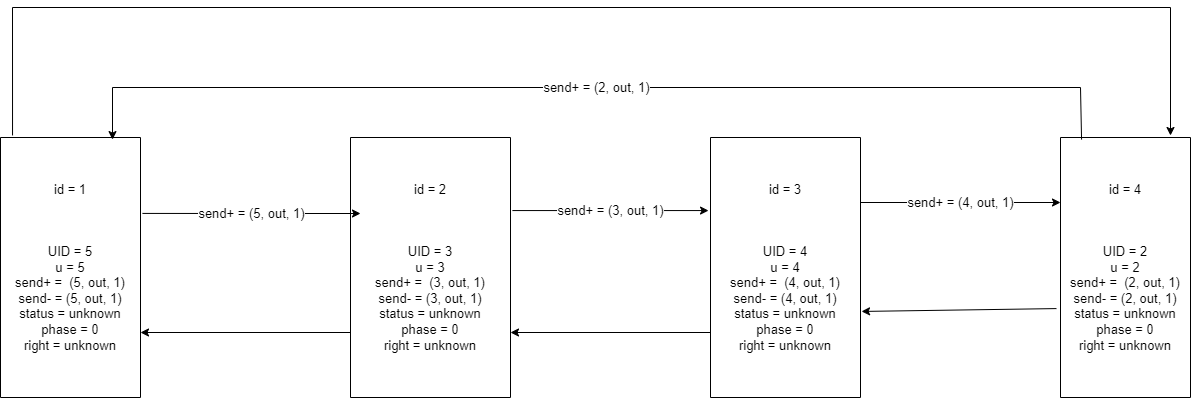
The draw.io diagram tods-1.drawio.png in h1tlan/tods_first_exercise, before a commit. Source tidied: cells renumbered, new cells last; positions are measured from the earlier drawing's top-left corner, leaving out a move shared by most shapes. Source of this version:
```xml
<mxGraphModel>
  <root>
    <mxCell id="0" />
    <mxCell id="1" parent="0" />
    <mxCell id="2" value="id = 1&lt;br&gt;&lt;br&gt;&lt;br&gt;&lt;br&gt;UID = 5&lt;br&gt;u = 5&lt;br&gt;send+ =&amp;nbsp; (5, out, 1)&lt;br&gt;send- = (5, out, 1)&lt;br&gt;status = unknown&lt;br&gt;phase = 0&lt;br&gt;right = unknown" style="rounded=0;whiteSpace=wrap;html=1;fontSize=13;direction=south;" parent="1" vertex="1">
      <mxGeometry y="130" width="140" height="260" as="geometry" />
    </mxCell>
    <mxCell id="3" value="id = 2&lt;br&gt;&lt;br&gt;&lt;br&gt;&lt;br&gt;UID = 3&lt;br&gt;u = 3&lt;br&gt;send+ =&amp;nbsp; (3, out, 1)&lt;br&gt;send- = (3, out, 1)&lt;br&gt;status = unknown&lt;br&gt;phase = 0&lt;br&gt;right = unknown" style="rounded=0;whiteSpace=wrap;html=1;fontSize=13;direction=south;" parent="1" vertex="1">
      <mxGeometry x="350" y="130" width="160" height="260" as="geometry" />
    </mxCell>
    <mxCell id="4" value="id = 3&lt;br&gt;&lt;br&gt;&lt;br&gt;&lt;br&gt;UID = 4&lt;br&gt;u = 4&lt;br&gt;send+ =&amp;nbsp; (4, out, 1)&lt;br&gt;send- = (4, out, 1)&lt;br&gt;status = unknown&lt;br&gt;phase = 0&lt;br&gt;right = unknown" style="rounded=0;whiteSpace=wrap;html=1;fontSize=13;direction=south;" parent="1" vertex="1">
      <mxGeometry x="710" y="130" width="150" height="260" as="geometry" />
    </mxCell>
    <mxCell id="5" value="id = 4&lt;br&gt;&lt;br&gt;&lt;br&gt;&lt;br&gt;UID = 2&lt;br&gt;u = 2&lt;br&gt;send+ =&amp;nbsp; (2, out, 1)&lt;br&gt;send- = (2, out, 1)&lt;br&gt;status = unknown&lt;br&gt;phase = 0&lt;br&gt;right = unknown" style="rounded=0;whiteSpace=wrap;html=1;fontSize=13;direction=south;" parent="1" vertex="1">
      <mxGeometry x="1060" y="130" width="130" height="260" as="geometry" />
    </mxCell>
    <mxCell id="6" value="send+ = (5, out, 1)" style="endArrow=classic;html=1;rounded=0;fontSize=13;exitX=0.292;exitY=-0.014;exitDx=0;exitDy=0;exitPerimeter=0;" parent="1" edge="1" source="2">
      <mxGeometry relative="1" as="geometry">
        <mxPoint x="360" y="206" as="targetPoint" />
        <Array as="points">
          <mxPoint x="250" y="206" />
        </Array>
      </mxGeometry>
    </mxCell>
    <mxCell id="7" style="endArrow=classic;html=1;rounded=0;fontSize=13;entryX=0.75;entryY=0;entryDx=0;entryDy=0;" parent="1" edge="1" target="2">
      <mxGeometry relative="1" as="geometry">
        <mxPoint x="350" y="325" as="sourcePoint" />
      </mxGeometry>
    </mxCell>
    <mxCell id="8" style="endArrow=classic;html=1;rounded=0;fontSize=13;exitX=-0.008;exitY=0.914;exitDx=0;exitDy=0;exitPerimeter=0;" parent="1" edge="1" source="2">
      <mxGeometry relative="1" as="geometry">
        <mxPoint x="1170" y="128" as="targetPoint" />
        <Array as="points">
          <mxPoint x="12" />
          <mxPoint x="1170" />
        </Array>
      </mxGeometry>
    </mxCell>
    <mxCell id="9" value="send+ = (2, out, 1)" style="endArrow=classic;html=1;rounded=0;fontSize=13;entryX=0.008;entryY=0.2;entryDx=0;entryDy=0;entryPerimeter=0;exitX=0.008;exitY=0.838;exitDx=0;exitDy=0;exitPerimeter=0;" parent="1" edge="1" source="5" target="2">
      <mxGeometry relative="1" as="geometry">
        <Array as="points">
          <mxPoint x="1080" y="80" />
          <mxPoint x="112" y="80" />
        </Array>
      </mxGeometry>
    </mxCell>
    <mxCell id="10" value="send+ = (3, out, 1)" style="endArrow=classic;html=1;rounded=0;fontSize=13;exitX=0.281;exitY=-0.012;exitDx=0;exitDy=0;exitPerimeter=0;entryX=0.281;entryY=1.013;entryDx=0;entryDy=0;entryPerimeter=0;" parent="1" edge="1" source="3" target="4">
      <mxGeometry relative="1" as="geometry" />
    </mxCell>
    <mxCell id="11" style="endArrow=classic;html=1;rounded=0;fontSize=13;exitX=0.75;exitY=1;exitDx=0;exitDy=0;entryX=0.75;entryY=0;entryDx=0;entryDy=0;" parent="1" edge="1" source="4" target="3">
      <mxGeometry relative="1" as="geometry" />
    </mxCell>
    <mxCell id="12" value="send+ = (4, out, 1)" style="endArrow=classic;html=1;rounded=0;fontSize=13;exitX=0.25;exitY=0;exitDx=0;exitDy=0;entryX=0.25;entryY=1;entryDx=0;entryDy=0;" parent="1" edge="1" source="4" target="5">
      <mxGeometry relative="1" as="geometry" />
    </mxCell>
    <mxCell id="13" style="endArrow=classic;html=1;rounded=0;fontSize=13;entryX=0.669;entryY=-0.007;entryDx=0;entryDy=0;entryPerimeter=0;exitX=0.658;exitY=1.031;exitDx=0;exitDy=0;exitPerimeter=0;" parent="1" edge="1" source="5" target="4">
      <mxGeometry relative="1" as="geometry" />
    </mxCell>
  </root>
</mxGraphModel>
```
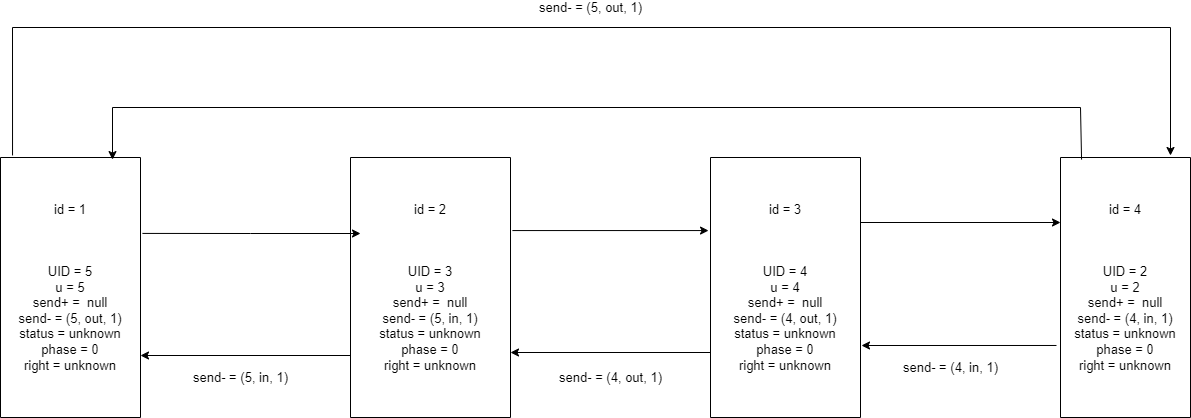
The same file after the commit.

Diff of the diagram source:
```diff
@@ -2,33 +2,34 @@
   <root>
     <mxCell id="0" />
     <mxCell id="1" parent="0" />
-    <mxCell id="2" value="id = 1&lt;br&gt;&lt;br&gt;&lt;br&gt;&lt;br&gt;UID = 5&lt;br&gt;u = 5&lt;br&gt;send+ =&amp;nbsp; (5, out, 1)&lt;br&gt;send- = (5, out, 1)&lt;br&gt;status = unknown&lt;br&gt;phase = 0&lt;br&gt;right = unknown" style="rounded=0;whiteSpace=wrap;html=1;fontSize=13;direction=south;" parent="1" vertex="1">
+    <mxCell id="2" value="id = 1&lt;br&gt;&lt;br&gt;&lt;br&gt;&lt;br&gt;UID = 5&lt;br&gt;u = 5&lt;br&gt;send+ =&amp;nbsp; null&lt;br&gt;send- = (5, out, 1)&lt;br&gt;status = unknown&lt;br&gt;phase = 0&lt;br&gt;right = unknown" style="rounded=0;whiteSpace=wrap;html=1;fontSize=13;direction=south;" parent="1" vertex="1">
       <mxGeometry y="130" width="140" height="260" as="geometry" />
     </mxCell>
-    <mxCell id="3" value="id = 2&lt;br&gt;&lt;br&gt;&lt;br&gt;&lt;br&gt;UID = 3&lt;br&gt;u = 3&lt;br&gt;send+ =&amp;nbsp; (3, out, 1)&lt;br&gt;send- = (3, out, 1)&lt;br&gt;status = unknown&lt;br&gt;phase = 0&lt;br&gt;right = unknown" style="rounded=0;whiteSpace=wrap;html=1;fontSize=13;direction=south;" parent="1" vertex="1">
+    <mxCell id="3" value="id = 2&lt;br&gt;&lt;br&gt;&lt;br&gt;&lt;br&gt;UID = 3&lt;br&gt;u = 3&lt;br&gt;send+ =&amp;nbsp; null&lt;br&gt;send- = (5, in, 1)&lt;br&gt;status = unknown&lt;br&gt;phase = 0&lt;br&gt;right = unknown" style="rounded=0;whiteSpace=wrap;html=1;fontSize=13;direction=south;" parent="1" vertex="1">
       <mxGeometry x="350" y="130" width="160" height="260" as="geometry" />
     </mxCell>
-    <mxCell id="4" value="id = 3&lt;br&gt;&lt;br&gt;&lt;br&gt;&lt;br&gt;UID = 4&lt;br&gt;u = 4&lt;br&gt;send+ =&amp;nbsp; (4, out, 1)&lt;br&gt;send- = (4, out, 1)&lt;br&gt;status = unknown&lt;br&gt;phase = 0&lt;br&gt;right = unknown" style="rounded=0;whiteSpace=wrap;html=1;fontSize=13;direction=south;" parent="1" vertex="1">
+    <mxCell id="4" value="id = 3&lt;br&gt;&lt;br&gt;&lt;br&gt;&lt;br&gt;UID = 4&lt;br&gt;u = 4&lt;br&gt;send+ =&amp;nbsp; null&lt;br&gt;send- = (4, out, 1)&lt;br&gt;status = unknown&lt;br&gt;phase = 0&lt;br&gt;right = unknown" style="rounded=0;whiteSpace=wrap;html=1;fontSize=13;direction=south;" parent="1" vertex="1">
       <mxGeometry x="710" y="130" width="150" height="260" as="geometry" />
     </mxCell>
-    <mxCell id="5" value="id = 4&lt;br&gt;&lt;br&gt;&lt;br&gt;&lt;br&gt;UID = 2&lt;br&gt;u = 2&lt;br&gt;send+ =&amp;nbsp; (2, out, 1)&lt;br&gt;send- = (2, out, 1)&lt;br&gt;status = unknown&lt;br&gt;phase = 0&lt;br&gt;right = unknown" style="rounded=0;whiteSpace=wrap;html=1;fontSize=13;direction=south;" parent="1" vertex="1">
+    <mxCell id="5" value="id = 4&lt;br&gt;&lt;br&gt;&lt;br&gt;&lt;br&gt;UID = 2&lt;br&gt;u = 2&lt;br&gt;send+ =&amp;nbsp; null&lt;br&gt;send- = (4, in, 1)&lt;br&gt;status = unknown&lt;br&gt;phase = 0&lt;br&gt;right = unknown" style="rounded=0;whiteSpace=wrap;html=1;fontSize=13;direction=south;" parent="1" vertex="1">
       <mxGeometry x="1060" y="130" width="130" height="260" as="geometry" />
     </mxCell>
-    <mxCell id="6" value="send+ = (5, out, 1)" style="endArrow=classic;html=1;rounded=0;fontSize=13;exitX=0.292;exitY=-0.014;exitDx=0;exitDy=0;exitPerimeter=0;" parent="1" edge="1" source="2">
-      <mxGeometry relative="1" as="geometry">
+    <mxCell id="6" style="endArrow=classic;html=1;rounded=0;fontSize=13;exitX=0.292;exitY=-0.014;exitDx=0;exitDy=0;exitPerimeter=0;" parent="1" edge="1" source="2">
+      <mxGeometry x="-0.01" y="26" relative="1" as="geometry">
         <mxPoint x="360" y="206" as="targetPoint" />
         <Array as="points">
           <mxPoint x="250" y="206" />
         </Array>
       </mxGeometry>
     </mxCell>
-    <mxCell id="7" style="endArrow=classic;html=1;rounded=0;fontSize=13;entryX=0.75;entryY=0;entryDx=0;entryDy=0;" parent="1" edge="1" target="2">
-      <mxGeometry relative="1" as="geometry">
-        <mxPoint x="350" y="325" as="sourcePoint" />
+    <mxCell id="7" value="send- = (5, in, 1)" style="endArrow=classic;html=1;rounded=0;fontSize=13;entryX=0.75;entryY=0;entryDx=0;entryDy=0;labelBorderColor=none;" parent="1" edge="1">
+      <mxGeometry x="0.05" y="22" relative="1" as="geometry">
+        <mxPoint x="350" y="328" as="sourcePoint" />
+        <mxPoint x="140" y="328" as="targetPoint" />
       </mxGeometry>
     </mxCell>
-    <mxCell id="8" style="endArrow=classic;html=1;rounded=0;fontSize=13;exitX=-0.008;exitY=0.914;exitDx=0;exitDy=0;exitPerimeter=0;" parent="1" edge="1" source="2">
-      <mxGeometry relative="1" as="geometry">
+    <mxCell id="8" value="send- = (5, out, 1)" style="endArrow=classic;html=1;rounded=0;fontSize=13;exitX=-0.008;exitY=0.914;exitDx=0;exitDy=0;exitPerimeter=0;" parent="1" edge="1" source="2">
+      <mxGeometry y="20" relative="1" as="geometry">
         <mxPoint x="1170" y="128" as="targetPoint" />
         <Array as="points">
           <mxPoint x="12" />
@@ -36,25 +37,27 @@
         </Array>
       </mxGeometry>
     </mxCell>
-    <mxCell id="9" value="send+ = (2, out, 1)" style="endArrow=classic;html=1;rounded=0;fontSize=13;entryX=0.008;entryY=0.2;entryDx=0;entryDy=0;entryPerimeter=0;exitX=0.008;exitY=0.838;exitDx=0;exitDy=0;exitPerimeter=0;" parent="1" edge="1" source="5" target="2">
-      <mxGeometry relative="1" as="geometry">
+    <mxCell id="9" style="endArrow=classic;html=1;rounded=0;fontSize=13;entryX=0.008;entryY=0.2;entryDx=0;entryDy=0;entryPerimeter=0;exitX=0.008;exitY=0.838;exitDx=0;exitDy=0;exitPerimeter=0;" parent="1" edge="1" source="5" target="2">
+      <mxGeometry x="-0.01" y="-20" relative="1" as="geometry">
         <Array as="points">
           <mxPoint x="1080" y="80" />
           <mxPoint x="112" y="80" />
         </Array>
       </mxGeometry>
     </mxCell>
-    <mxCell id="10" value="send+ = (3, out, 1)" style="endArrow=classic;html=1;rounded=0;fontSize=13;exitX=0.281;exitY=-0.012;exitDx=0;exitDy=0;exitPerimeter=0;entryX=0.281;entryY=1.013;entryDx=0;entryDy=0;entryPerimeter=0;" parent="1" edge="1" source="3" target="4">
-      <mxGeometry relative="1" as="geometry" />
+    <mxCell id="10" style="endArrow=classic;html=1;rounded=0;fontSize=13;exitX=0.281;exitY=-0.012;exitDx=0;exitDy=0;exitPerimeter=0;entryX=0.281;entryY=1.013;entryDx=0;entryDy=0;entryPerimeter=0;" parent="1" edge="1" source="3" target="4">
+      <mxGeometry x="-0.1" y="23" relative="1" as="geometry" />
     </mxCell>
-    <mxCell id="11" style="endArrow=classic;html=1;rounded=0;fontSize=13;exitX=0.75;exitY=1;exitDx=0;exitDy=0;entryX=0.75;entryY=0;entryDx=0;entryDy=0;" parent="1" edge="1" source="4" target="3">
-      <mxGeometry relative="1" as="geometry" />
+    <mxCell id="11" value="send- = (4, out, 1)" style="endArrow=classic;html=1;rounded=0;fontSize=13;exitX=0.75;exitY=1;exitDx=0;exitDy=0;entryX=0.75;entryY=0;entryDx=0;entryDy=0;" parent="1" edge="1" source="4" target="3">
+      <mxGeometry y="25" relative="1" as="geometry" />
     </mxCell>
-    <mxCell id="12" value="send+ = (4, out, 1)" style="endArrow=classic;html=1;rounded=0;fontSize=13;exitX=0.25;exitY=0;exitDx=0;exitDy=0;entryX=0.25;entryY=1;entryDx=0;entryDy=0;" parent="1" edge="1" source="4" target="5">
-      <mxGeometry relative="1" as="geometry" />
+    <mxCell id="12" style="endArrow=classic;html=1;rounded=0;fontSize=13;exitX=0.25;exitY=0;exitDx=0;exitDy=0;entryX=0.25;entryY=1;entryDx=0;entryDy=0;" parent="1" edge="1" source="4" target="5">
+      <mxGeometry x="-0.1" y="25" relative="1" as="geometry" />
     </mxCell>
-    <mxCell id="13" style="endArrow=classic;html=1;rounded=0;fontSize=13;entryX=0.669;entryY=-0.007;entryDx=0;entryDy=0;entryPerimeter=0;exitX=0.658;exitY=1.031;exitDx=0;exitDy=0;exitPerimeter=0;" parent="1" edge="1" source="5" target="4">
-      <mxGeometry relative="1" as="geometry" />
+    <mxCell id="13" value="send- = (4, in, 1)" style="endArrow=classic;html=1;rounded=0;fontSize=13;exitX=0.723;exitY=1.031;exitDx=0;exitDy=0;exitPerimeter=0;" parent="1" edge="1" source="5">
+      <mxGeometry x="0.09" y="22" relative="1" as="geometry">
+        <mxPoint x="861" y="318" as="targetPoint" />
+      </mxGeometry>
     </mxCell>
   </root>
 </mxGraphModel>
```
